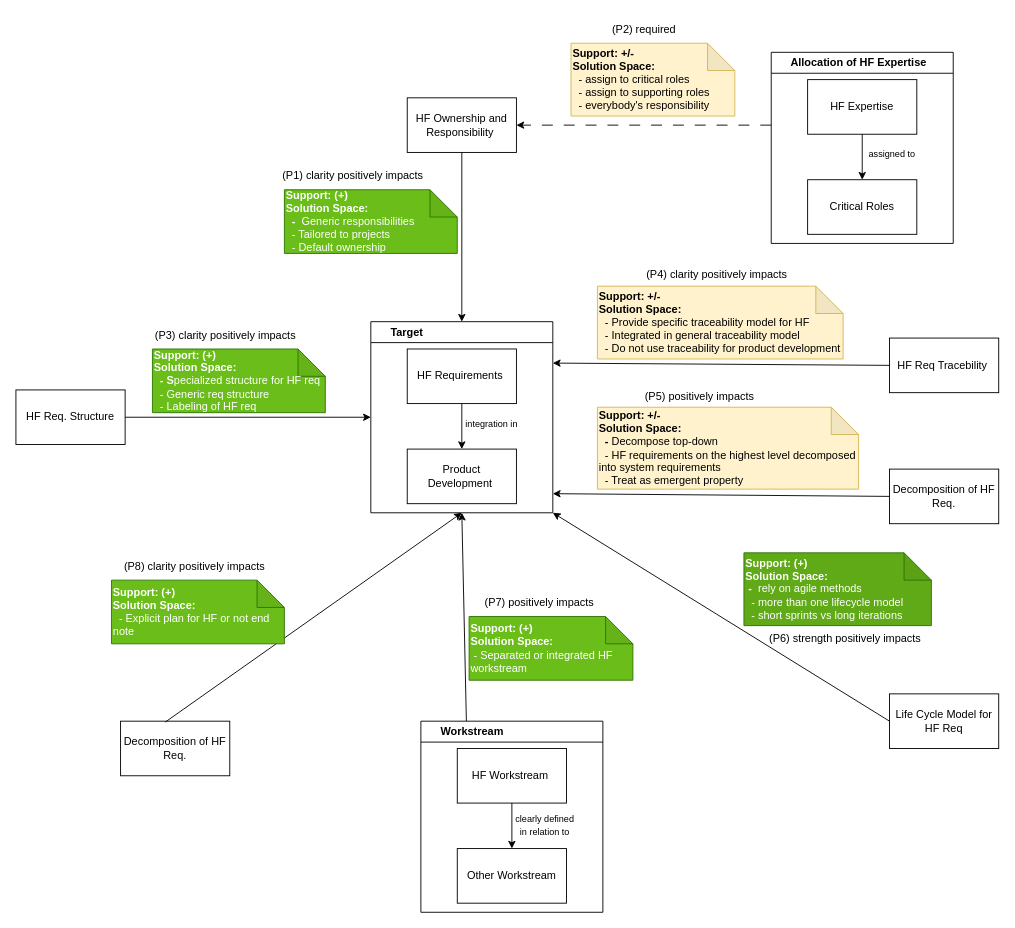
The draw.io diagram page "Page-1" (2 of 2) of HF Strategy.drawio in amnapir/Figures, before the edit. Source tidied: cells renumbered, new cells numbered last; positions are measured from the earlier drawing's top-left corner, leaving out a move shared by most shapes. Both pictures are drawn from the tidied source at 91%, with x=0, y=0 at pixel (15, 15).
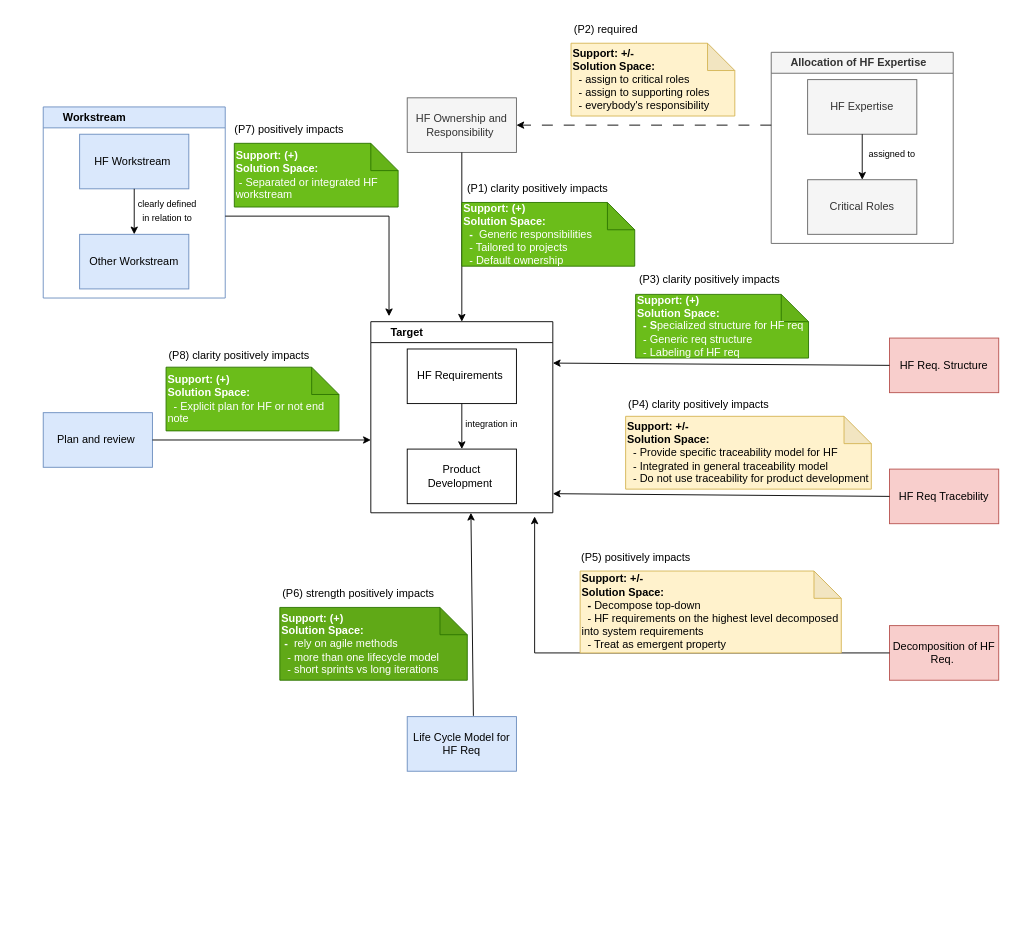
The same page after the edit.

The change refers to these unchanged cells:
```xml
<mxCell id="25" value="&amp;nbsp; &amp;nbsp; &amp;nbsp; Target&amp;nbsp;" style="swimlane;whiteSpace=wrap;html=1;align=left;" parent="1" vertex="1">
  <mxGeometry x="390" y="336" width="200" height="210" as="geometry" />
</mxCell>
```

The edit, as a diff of the source:
```diff
@@
-    <mxCell id="2" value="&lt;b&gt;Support: (+)&lt;br&gt;Solution Space:&lt;br&gt;&amp;nbsp; -&amp;nbsp;&lt;/b&gt;&amp;nbsp;Generic responsibilities&lt;div&gt;&amp;nbsp; - Tailored to projects&lt;/div&gt;&lt;div&gt;&amp;nbsp; - Default ownership&lt;/div&gt;" style="shape=note;whiteSpace=wrap;html=1;backgroundOutline=1;darkOpacity=0.05;size=30;align=left;fillColor=#6BBD1A;strokeColor=#2D7600;fontColor=#ffffff;" parent="1" vertex="1">
-      <mxGeometry x="295" y="191" width="190" height="70" as="geometry" />
-    </mxCell>
-    <mxCell id="3" value="HF Ownership and Responsibility&amp;nbsp;" style="rounded=0;whiteSpace=wrap;html=1;" parent="1" vertex="1">
+    <mxCell id="3" value="HF Ownership and Responsibility&amp;nbsp;" style="rounded=0;whiteSpace=wrap;html=1;fillColor=#f5f5f5;fontColor=#333333;strokeColor=#666666;" parent="1" vertex="1">
       <mxGeometry x="430" y="90" width="120" height="60" as="geometry" />
     </mxCell>
-    <mxCell id="4" value="&lt;b style=&quot;border-color: var(--border-color);&quot;&gt;Support: +/-&lt;br style=&quot;border-color: var(--border-color);&quot;&gt;Solution Space:&lt;br style=&quot;border-color: var(--border-color);&quot;&gt;&amp;nbsp;&lt;/b&gt;&lt;span style=&quot;border-color: var(--border-color);&quot;&gt; - assign to critical roles&lt;div&gt;&amp;nbsp; - assign to supporting roles&lt;/div&gt;&lt;div&gt;&amp;nbsp; - everybody's responsibility&lt;/div&gt;&lt;/span&gt;" style="shape=note;whiteSpace=wrap;html=1;backgroundOutline=1;darkOpacity=0.05;size=30;align=left;fillColor=#fff2cc;strokeColor=#d6b656;" parent="1" vertex="1">
-      <mxGeometry x="610" y="30" width="180" height="80" as="geometry" />
-    </mxCell>
-    <mxCell id="5" value="(P1) clarity positively impacts" style="text;html=1;align=center;verticalAlign=middle;strokeColor=none;fillColor=none;" parent="1" vertex="1">
-      <mxGeometry x="280" y="161" width="180" height="30" as="geometry" />
-    </mxCell>
-    <mxCell id="6" value="(P2) required" style="text;html=1;align=center;verticalAlign=middle;strokeColor=none;fillColor=none;" parent="1" vertex="1">
-      <mxGeometry x="645" width="90" height="30" as="geometry" />
-    </mxCell>
-    <mxCell id="7" value="&lt;b&gt;Support: (+)&lt;br&gt;Solution Space:&lt;/b&gt;&amp;nbsp;&lt;br&gt;&amp;nbsp;- Separated or integrated HF workstream" style="shape=note;whiteSpace=wrap;html=1;backgroundOutline=1;darkOpacity=0.05;size=30;align=left;fillColor=#6BBD1A;strokeColor=#2D7600;fontColor=#ffffff;" parent="1" vertex="1">
-      <mxGeometry x="498" y="660" width="180" height="70" as="geometry" />
-    </mxCell>
-    <mxCell id="8" value="Life Cycle Model for HF Req" style="rounded=0;whiteSpace=wrap;html=1;" parent="1" vertex="1">
-      <mxGeometry x="960" y="745" width="120" height="60" as="geometry" />
+    <mxCell id="8" value="Life Cycle Model for HF Req" style="rounded=0;whiteSpace=wrap;html=1;fillColor=#dae8fc;strokeColor=#6c8ebf;" parent="1" vertex="1">
+      <mxGeometry x="430" y="770" width="120" height="60" as="geometry" />
     </mxCell>
-    <mxCell id="9" style="endArrow=classic;html=1;rounded=0;exitX=0;exitY=0.5;exitDx=0;exitDy=0;entryX=1;entryY=1;entryDx=0;entryDy=0;" parent="1" edge="1" source="8" target="25">
-      <mxGeometry relative="1" as="geometry" />
+    <mxCell id="9" style="endArrow=classic;html=1;rounded=0;exitX=0.606;exitY=-0.014;exitDx=0;exitDy=0;exitPerimeter=0;" parent="1" edge="1" source="8">
+      <mxGeometry relative="1" as="geometry">
+        <mxPoint x="500" y="546" as="targetPoint" />
+      </mxGeometry>
     </mxCell>
-    <mxCell id="10" value="&lt;b style=&quot;border-color: var(--border-color); caret-color: rgb(255, 255, 255);&quot;&gt;Support: (+)&lt;br style=&quot;border-color: var(--border-color);&quot;&gt;Solution Space:&lt;br style=&quot;border-color: var(--border-color);&quot;&gt;&amp;nbsp;-&amp;nbsp;&lt;/b&gt;&amp;nbsp;rely on agile methods&lt;div style=&quot;border-color: var(--border-color); caret-color: rgb(255, 255, 255);&quot;&gt;&amp;nbsp; - more than one lifecycle model&lt;/div&gt;&lt;div style=&quot;border-color: var(--border-color); caret-color: rgb(255, 255, 255);&quot;&gt;&amp;nbsp; - short sprints vs long iterations&lt;/div&gt;" style="shape=note;whiteSpace=wrap;html=1;backgroundOutline=1;darkOpacity=0.05;size=30;align=left;fillColor=#60a917;strokeColor=#2D7600;fontColor=#ffffff;" parent="1" vertex="1">
-      <mxGeometry x="800" y="590" width="206" height="80" as="geometry" />
-    </mxCell>
-    <mxCell id="11" value="Decomposition of HF Req." style="rounded=0;whiteSpace=wrap;html=1;" parent="1" vertex="1">
-      <mxGeometry x="115" y="775" width="120" height="60" as="geometry" />
+    <mxCell id="11" value="Plan and review&amp;nbsp;" style="rounded=0;whiteSpace=wrap;html=1;fillColor=#dae8fc;strokeColor=#6c8ebf;" parent="1" vertex="1">
+      <mxGeometry x="30" y="436" width="120" height="60" as="geometry" />
     </mxCell>
-    <mxCell id="12" style="endArrow=classic;html=1;rounded=0;entryX=0.5;entryY=1;entryDx=0;entryDy=0;exitX=0.409;exitY=0.017;exitDx=0;exitDy=0;exitPerimeter=0;" parent="1" edge="1" source="11" target="25">
-      <mxGeometry relative="1" as="geometry" />
+    <mxCell id="12" style="endArrow=classic;html=1;rounded=0;exitX=1;exitY=0.5;exitDx=0;exitDy=0;" parent="1" edge="1" source="11">
+      <mxGeometry relative="1" as="geometry">
+        <mxPoint x="390" y="466" as="targetPoint" />
+      </mxGeometry>
     </mxCell>
-    <mxCell id="13" value="(P7) positively impacts" style="text;html=1;align=center;verticalAlign=middle;strokeColor=none;fillColor=none;" parent="1" vertex="1">
-      <mxGeometry x="505" y="630" width="140" height="30" as="geometry" />
-    </mxCell>
-    <mxCell id="14" value="(P6) strength positively impacts" style="text;html=1;align=center;verticalAlign=middle;strokeColor=none;fillColor=none;" parent="1" vertex="1">
-      <mxGeometry x="816" y="670" width="190" height="30" as="geometry" />
-    </mxCell>
-    <mxCell id="15" style="endArrow=classic;html=1;rounded=0;exitX=0.25;exitY=0;exitDx=0;exitDy=0;entryX=0.5;entryY=1;entryDx=0;entryDy=0;" parent="1" edge="1" source="18" target="25">
-      <mxGeometry relative="1" as="geometry" />
+    <mxCell id="15" style="endArrow=classic;html=1;rounded=0;" parent="1" edge="1">
+      <mxGeometry relative="1" as="geometry">
+        <mxPoint x="410" y="220" as="sourcePoint" />
+        <mxPoint x="410" y="330" as="targetPoint" />
+      </mxGeometry>
     </mxCell>
-    <mxCell id="16" value="(P8) clarity positively impacts" style="text;html=1;align=center;verticalAlign=middle;strokeColor=none;fillColor=none;" parent="1" vertex="1">
-      <mxGeometry x="106" y="590" width="180" height="30" as="geometry" />
-    </mxCell>
-    <mxCell id="17" value="&lt;b&gt;Support: (+)&lt;br&gt;Solution Space:&lt;br&gt;&amp;nbsp;&lt;/b&gt;&amp;nbsp;- Explicit plan for HF or not end note" style="shape=note;whiteSpace=wrap;html=1;backgroundOutline=1;darkOpacity=0.05;size=30;align=left;fillColor=#6BBD1A;strokeColor=#2D7600;fontColor=#ffffff;" parent="1" vertex="1">
-      <mxGeometry x="105" y="620" width="190" height="70" as="geometry" />
-    </mxCell>
-    <mxCell id="18" value="&amp;nbsp; &amp;nbsp; &amp;nbsp; Workstream" style="swimlane;whiteSpace=wrap;html=1;align=left;" parent="1" vertex="1">
-      <mxGeometry x="445" y="775" width="200" height="210" as="geometry" />
+    <mxCell id="18" value="&amp;nbsp; &amp;nbsp; &amp;nbsp; Workstream" style="swimlane;whiteSpace=wrap;html=1;align=left;fillColor=#dae8fc;strokeColor=#6c8ebf;" parent="1" vertex="1">
+      <mxGeometry x="30" y="100" width="200" height="210" as="geometry" />
     </mxCell>
-    <mxCell id="19" value="HF Workstream&amp;nbsp;" style="rounded=0;whiteSpace=wrap;html=1;" parent="18" vertex="1">
+    <mxCell id="19" value="HF Workstream&amp;nbsp;" style="rounded=0;whiteSpace=wrap;html=1;fillColor=#dae8fc;strokeColor=#6c8ebf;" parent="18" vertex="1">
       <mxGeometry x="40" y="30" width="120" height="60" as="geometry" />
     </mxCell>
-    <mxCell id="20" value="Other Workstream" style="rounded=0;whiteSpace=wrap;html=1;" parent="18" vertex="1">
+    <mxCell id="20" value="Other Workstream" style="rounded=0;whiteSpace=wrap;html=1;fillColor=#dae8fc;strokeColor=#6c8ebf;" parent="18" vertex="1">
       <mxGeometry x="40" y="140" width="120" height="60" as="geometry" />
     </mxCell>
@@
-    <mxCell id="23" value="&lt;b&gt;Support: (+)&lt;br&gt;Solution Space:&lt;br&gt;&amp;nbsp; - S&lt;/b&gt;pecialized structure for HF req&lt;div&gt;&amp;nbsp; - Generic req structure&lt;/div&gt;&lt;div&gt;&amp;nbsp; - Labeling of HF req&lt;/div&gt;" style="shape=note;whiteSpace=wrap;html=1;backgroundOutline=1;darkOpacity=0.05;size=30;align=left;fillColor=#6BBD1A;strokeColor=#2D7600;fontColor=#ffffff;" parent="1" vertex="1">
-      <mxGeometry x="150" y="366" width="190" height="70" as="geometry" />
-    </mxCell>
-    <mxCell id="24" value="HF Req. Structure" style="rounded=0;whiteSpace=wrap;html=1;" parent="1" vertex="1">
-      <mxGeometry y="411" width="120" height="60" as="geometry" />
+    <mxCell id="24" value="Decomposition of HF Req.&amp;nbsp;" style="rounded=0;whiteSpace=wrap;html=1;fillColor=#f8cecc;strokeColor=#b85450;" parent="1" vertex="1">
+      <mxGeometry x="960" y="670" width="120" height="60" as="geometry" />
     </mxCell>
@@
-    <mxCell id="30" value="HF Req Tracebility&amp;nbsp;" style="rounded=0;whiteSpace=wrap;html=1;" parent="1" vertex="1">
+    <mxCell id="30" value="HF Req. Structure" style="rounded=0;whiteSpace=wrap;html=1;fillColor=#f8cecc;strokeColor=#b85450;" parent="1" vertex="1">
       <mxGeometry x="960" y="354" width="120" height="60" as="geometry" />
     </mxCell>
@@
-    <mxCell id="32" value="&lt;b style=&quot;border-color: var(--border-color);&quot;&gt;Support: +/-&lt;br style=&quot;border-color: var(--border-color);&quot;&gt;Solution Space:&lt;br style=&quot;border-color: var(--border-color);&quot;&gt;&amp;nbsp;&lt;/b&gt;&lt;span style=&quot;border-color: var(--border-color);&quot;&gt; - P&lt;/span&gt;rovide specific traceability model for HF&lt;div style=&quot;border-color: var(--border-color);&quot;&gt;&amp;nbsp; - Integrated in general traceability model&lt;/div&gt;&lt;div style=&quot;border-color: var(--border-color);&quot;&gt;&amp;nbsp; - Do not use traceability for product development&lt;/div&gt;" style="shape=note;whiteSpace=wrap;html=1;backgroundOutline=1;darkOpacity=0.05;size=30;align=left;fillColor=#fff2cc;strokeColor=#d6b656;" parent="1" vertex="1">
-      <mxGeometry x="639" y="297" width="270" height="80" as="geometry" />
-    </mxCell>
-    <mxCell id="33" value="Decomposition of HF Req." style="rounded=0;whiteSpace=wrap;html=1;" parent="1" vertex="1">
+    <mxCell id="33" value="HF Req Tracebility" style="rounded=0;whiteSpace=wrap;html=1;fillColor=#f8cecc;strokeColor=#b85450;" parent="1" vertex="1">
       <mxGeometry x="960" y="498" width="120" height="60" as="geometry" />
     </mxCell>
@@
-    <mxCell id="35" value="&lt;b style=&quot;border-color: var(--border-color);&quot;&gt;Support: +/-&lt;br style=&quot;border-color: var(--border-color);&quot;&gt;Solution Space: &lt;br&gt;&amp;nbsp; - &lt;/b&gt;&lt;span style=&quot;border-color: var(--border-color);&quot;&gt;Decompose top-down&lt;div&gt;&amp;nbsp; - HF requirements on the highest level decomposed into system requirements&lt;/div&gt;&lt;div&gt;&amp;nbsp; - Treat as emergent property&amp;nbsp;&lt;/div&gt;&lt;/span&gt;" style="shape=note;whiteSpace=wrap;html=1;backgroundOutline=1;darkOpacity=0.05;size=30;align=left;fillColor=#fff2cc;strokeColor=#d6b656;" parent="1" vertex="1">
-      <mxGeometry x="639" y="430" width="287" height="90" as="geometry" />
-    </mxCell>
-    <mxCell id="36" value="(P3) clarity positively impacts" style="text;html=1;align=center;verticalAlign=middle;strokeColor=none;fillColor=none;" parent="1" vertex="1">
-      <mxGeometry x="140" y="337" width="180" height="30" as="geometry" />
-    </mxCell>
-    <mxCell id="37" value="(P4) clarity positively impacts" style="text;html=1;align=center;verticalAlign=middle;strokeColor=none;fillColor=none;" parent="1" vertex="1">
-      <mxGeometry x="680" y="270" width="180" height="30" as="geometry" />
-    </mxCell>
-    <mxCell id="38" style="endArrow=classic;html=1;rounded=0;exitX=1;exitY=0.5;exitDx=0;exitDy=0;entryX=0;entryY=0.5;entryDx=0;entryDy=0;" parent="1" edge="1" source="24" target="25">
-      <mxGeometry relative="1" as="geometry" />
+    <mxCell id="38" style="endArrow=classic;html=1;rounded=0;" parent="1" edge="1">
+      <mxGeometry relative="1" as="geometry">
+        <mxPoint x="570" y="700" as="sourcePoint" />
+        <mxPoint x="570" y="550" as="targetPoint" />
+      </mxGeometry>
     </mxCell>
-    <mxCell id="39" value="(P5) positively impacts" style="text;html=1;align=center;verticalAlign=middle;strokeColor=none;fillColor=none;" parent="1" vertex="1">
-      <mxGeometry x="681" y="404" width="140" height="30" as="geometry" />
-    </mxCell>
-    <mxCell id="40" value="&amp;nbsp; &amp;nbsp; &amp;nbsp; Allocation of HF Expertise&amp;nbsp;" style="swimlane;whiteSpace=wrap;html=1;align=left;" parent="1" vertex="1">
+    <mxCell id="40" value="&amp;nbsp; &amp;nbsp; &amp;nbsp; Allocation of HF Expertise&amp;nbsp;" style="swimlane;whiteSpace=wrap;html=1;align=left;fillColor=#f5f5f5;fontColor=#333333;strokeColor=#666666;" parent="1" vertex="1">
       <mxGeometry x="830" y="40" width="200" height="210" as="geometry" />
     </mxCell>
-    <mxCell id="41" value="HF Expertise" style="rounded=0;whiteSpace=wrap;html=1;" parent="40" vertex="1">
+    <mxCell id="41" value="HF Expertise" style="rounded=0;whiteSpace=wrap;html=1;fillColor=#f5f5f5;fontColor=#333333;strokeColor=#666666;" parent="40" vertex="1">
       <mxGeometry x="40" y="30" width="120" height="60" as="geometry" />
     </mxCell>
-    <mxCell id="42" value="Critical Roles" style="rounded=0;whiteSpace=wrap;html=1;" parent="40" vertex="1">
+    <mxCell id="42" value="Critical Roles" style="rounded=0;whiteSpace=wrap;html=1;fillColor=#f5f5f5;fontColor=#333333;strokeColor=#666666;" parent="40" vertex="1">
       <mxGeometry x="40" y="140" width="120" height="60" as="geometry" />
     </mxCell>
@@
+    <mxCell id="47" style="endArrow=none;html=1;rounded=0;" parent="1" edge="1">
+      <mxGeometry relative="1" as="geometry">
+        <mxPoint x="230" y="220" as="sourcePoint" />
+        <mxPoint x="410" y="220" as="targetPoint" />
+      </mxGeometry>
+    </mxCell>
+    <mxCell id="48" style="endArrow=none;html=1;rounded=0;entryX=0;entryY=0.5;entryDx=0;entryDy=0;" parent="1" edge="1" target="24">
+      <mxGeometry relative="1" as="geometry">
+        <mxPoint x="570" y="700" as="sourcePoint" />
+      </mxGeometry>
+    </mxCell>
+    <mxCell id="49" style="group;" parent="1" vertex="1">
+      <mxGeometry x="230" y="110" width="190" height="100" as="geometry" />
+    </mxCell>
+    <mxCell id="7" value="&lt;b&gt;Support: (+)&lt;br&gt;Solution Space:&lt;/b&gt;&amp;nbsp;&lt;br&gt;&amp;nbsp;- Separated or integrated HF workstream" style="shape=note;whiteSpace=wrap;html=1;backgroundOutline=1;darkOpacity=0.05;size=30;align=left;fillColor=#6BBD1A;strokeColor=#2D7600;fontColor=#ffffff;" parent="49" vertex="1">
+      <mxGeometry x="10" y="30" width="180" height="70" as="geometry" />
+    </mxCell>
+    <mxCell id="13" value="(P7) positively impacts" style="text;html=1;align=center;verticalAlign=middle;strokeColor=none;fillColor=none;" parent="49" vertex="1">
+      <mxGeometry width="140" height="30" as="geometry" />
+    </mxCell>
+    <mxCell id="50" style="group;" parent="1" vertex="1">
+      <mxGeometry x="155" y="358" width="200" height="98" as="geometry" />
+    </mxCell>
+    <mxCell id="16" value="(P8) clarity positively impacts" style="text;html=1;align=center;verticalAlign=middle;strokeColor=none;fillColor=none;" parent="50" vertex="1">
+      <mxGeometry width="180" height="30" as="geometry" />
+    </mxCell>
+    <mxCell id="17" value="&lt;b&gt;Support: (+)&lt;br&gt;Solution Space:&lt;br&gt;&amp;nbsp;&lt;/b&gt;&amp;nbsp;- Explicit plan for HF or not end note" style="shape=note;whiteSpace=wrap;html=1;backgroundOutline=1;darkOpacity=0.05;size=30;align=left;fillColor=#6BBD1A;strokeColor=#2D7600;fontColor=#ffffff;" parent="50" vertex="1">
+      <mxGeometry x="10" y="28" width="190" height="70" as="geometry" />
+    </mxCell>
+    <mxCell id="51" style="group;" parent="1" vertex="1">
+      <mxGeometry x="290" y="620" width="206" height="110" as="geometry" />
+    </mxCell>
+    <mxCell id="10" value="&lt;b style=&quot;border-color: var(--border-color); caret-color: rgb(255, 255, 255);&quot;&gt;Support: (+)&lt;br style=&quot;border-color: var(--border-color);&quot;&gt;Solution Space:&lt;br style=&quot;border-color: var(--border-color);&quot;&gt;&amp;nbsp;-&amp;nbsp;&lt;/b&gt;&amp;nbsp;rely on agile methods&lt;div style=&quot;border-color: var(--border-color); caret-color: rgb(255, 255, 255);&quot;&gt;&amp;nbsp; - more than one lifecycle model&lt;/div&gt;&lt;div style=&quot;border-color: var(--border-color); caret-color: rgb(255, 255, 255);&quot;&gt;&amp;nbsp; - short sprints vs long iterations&lt;/div&gt;" style="shape=note;whiteSpace=wrap;html=1;backgroundOutline=1;darkOpacity=0.05;size=30;align=left;fillColor=#60a917;strokeColor=#2D7600;fontColor=#ffffff;" parent="51" vertex="1">
+      <mxGeometry y="30" width="206" height="80" as="geometry" />
+    </mxCell>
+    <mxCell id="14" value="(P6) strength positively impacts" style="text;html=1;align=center;verticalAlign=middle;strokeColor=none;fillColor=none;" parent="51" vertex="1">
+      <mxGeometry x="-9" width="190" height="30" as="geometry" />
+    </mxCell>
+    <mxCell id="52" style="group;" parent="1" vertex="1">
+      <mxGeometry x="620" y="580" width="287" height="120" as="geometry" />
+    </mxCell>
+    <mxCell id="35" value="&lt;b style=&quot;border-color: var(--border-color);&quot;&gt;Support: +/-&lt;br style=&quot;border-color: var(--border-color);&quot;&gt;Solution Space: &lt;br&gt;&amp;nbsp; - &lt;/b&gt;&lt;span style=&quot;border-color: var(--border-color);&quot;&gt;Decompose top-down&lt;div&gt;&amp;nbsp; - HF requirements on the highest level decomposed into system requirements&lt;/div&gt;&lt;div&gt;&amp;nbsp; - Treat as emergent property&amp;nbsp;&lt;/div&gt;&lt;/span&gt;" style="shape=note;whiteSpace=wrap;html=1;backgroundOutline=1;darkOpacity=0.05;size=30;align=left;fillColor=#fff2cc;strokeColor=#d6b656;" parent="52" vertex="1">
+      <mxGeometry y="30" width="287" height="90" as="geometry" />
+    </mxCell>
+    <mxCell id="39" value="(P5) positively impacts" style="text;html=1;align=center;verticalAlign=middle;strokeColor=none;fillColor=none;" parent="52" vertex="1">
+      <mxGeometry x="-9" width="140" height="30" as="geometry" />
+    </mxCell>
+    <mxCell id="53" style="group;" parent="1" vertex="1">
+      <mxGeometry x="670" y="412" width="270" height="108" as="geometry" />
+    </mxCell>
+    <mxCell id="32" value="&lt;b style=&quot;border-color: var(--border-color);&quot;&gt;Support: +/-&lt;br style=&quot;border-color: var(--border-color);&quot;&gt;Solution Space:&lt;br style=&quot;border-color: var(--border-color);&quot;&gt;&amp;nbsp;&lt;/b&gt;&lt;span style=&quot;border-color: var(--border-color);&quot;&gt; - P&lt;/span&gt;rovide specific traceability model for HF&lt;div style=&quot;border-color: var(--border-color);&quot;&gt;&amp;nbsp; - Integrated in general traceability model&lt;/div&gt;&lt;div style=&quot;border-color: var(--border-color);&quot;&gt;&amp;nbsp; - Do not use traceability for product development&lt;/div&gt;" style="shape=note;whiteSpace=wrap;html=1;backgroundOutline=1;darkOpacity=0.05;size=30;align=left;fillColor=#fff2cc;strokeColor=#d6b656;" parent="53" vertex="1">
+      <mxGeometry y="28" width="270" height="80" as="geometry" />
+    </mxCell>
+    <mxCell id="37" value="(P4) clarity positively impacts" style="text;html=1;align=center;verticalAlign=middle;strokeColor=none;fillColor=none;" parent="53" vertex="1">
+      <mxGeometry x="-10" width="180" height="30" as="geometry" />
+    </mxCell>
+    <mxCell id="54" style="group;" parent="1" vertex="1">
+      <mxGeometry x="680" y="275" width="191" height="101" as="geometry" />
+    </mxCell>
+    <mxCell id="23" value="&lt;b&gt;Support: (+)&lt;br&gt;Solution Space:&lt;br&gt;&amp;nbsp; - S&lt;/b&gt;pecialized structure for HF req&lt;div&gt;&amp;nbsp; - Generic req structure&lt;/div&gt;&lt;div&gt;&amp;nbsp; - Labeling of HF req&lt;/div&gt;" style="shape=note;whiteSpace=wrap;html=1;backgroundOutline=1;darkOpacity=0.05;size=30;align=left;fillColor=#6BBD1A;strokeColor=#2D7600;fontColor=#ffffff;" parent="54" vertex="1">
+      <mxGeometry x="1" y="31" width="190" height="70" as="geometry" />
+    </mxCell>
+    <mxCell id="36" value="(P3) clarity positively impacts" style="text;html=1;align=center;verticalAlign=middle;strokeColor=none;fillColor=none;" parent="54" vertex="1">
+      <mxGeometry x="-8" width="180" height="30" as="geometry" />
+    </mxCell>
+    <mxCell id="55" style="group;" parent="1" vertex="1">
+      <mxGeometry x="490" y="175" width="190" height="100" as="geometry" />
+    </mxCell>
+    <mxCell id="2" value="&lt;b&gt;Support: (+)&lt;br&gt;Solution Space:&lt;br&gt;&amp;nbsp; -&amp;nbsp;&lt;/b&gt;&amp;nbsp;Generic responsibilities&lt;div&gt;&amp;nbsp; - Tailored to projects&lt;/div&gt;&lt;div&gt;&amp;nbsp; - Default ownership&lt;/div&gt;" style="shape=note;whiteSpace=wrap;html=1;backgroundOutline=1;darkOpacity=0.05;size=30;align=left;fillColor=#6BBD1A;strokeColor=#2D7600;fontColor=#ffffff;" parent="55" vertex="1">
+      <mxGeometry y="30" width="190" height="70" as="geometry" />
+    </mxCell>
+    <mxCell id="5" value="(P1) clarity positively impacts" style="text;html=1;align=center;verticalAlign=middle;strokeColor=none;fillColor=none;" parent="55" vertex="1">
+      <mxGeometry x="-7" width="180" height="30" as="geometry" />
+    </mxCell>
+    <mxCell id="56" style="group;" parent="1" vertex="1">
+      <mxGeometry x="610" width="180" height="110" as="geometry" />
+    </mxCell>
+    <mxCell id="4" value="&lt;b style=&quot;border-color: var(--border-color);&quot;&gt;Support: +/-&lt;br style=&quot;border-color: var(--border-color);&quot;&gt;Solution Space:&lt;br style=&quot;border-color: var(--border-color);&quot;&gt;&amp;nbsp;&lt;/b&gt;&lt;span style=&quot;border-color: var(--border-color);&quot;&gt; - assign to critical roles&lt;div&gt;&amp;nbsp; - assign to supporting roles&lt;/div&gt;&lt;div&gt;&amp;nbsp; - everybody's responsibility&lt;/div&gt;&lt;/span&gt;" style="shape=note;whiteSpace=wrap;html=1;backgroundOutline=1;darkOpacity=0.05;size=30;align=left;fillColor=#fff2cc;strokeColor=#d6b656;" parent="56" vertex="1">
+      <mxGeometry y="30" width="180" height="80" as="geometry" />
+    </mxCell>
+    <mxCell id="6" value="(P2) required" style="text;html=1;align=center;verticalAlign=middle;strokeColor=none;fillColor=none;" parent="56" vertex="1">
+      <mxGeometry x="-7" width="90" height="30" as="geometry" />
+    </mxCell>
```
